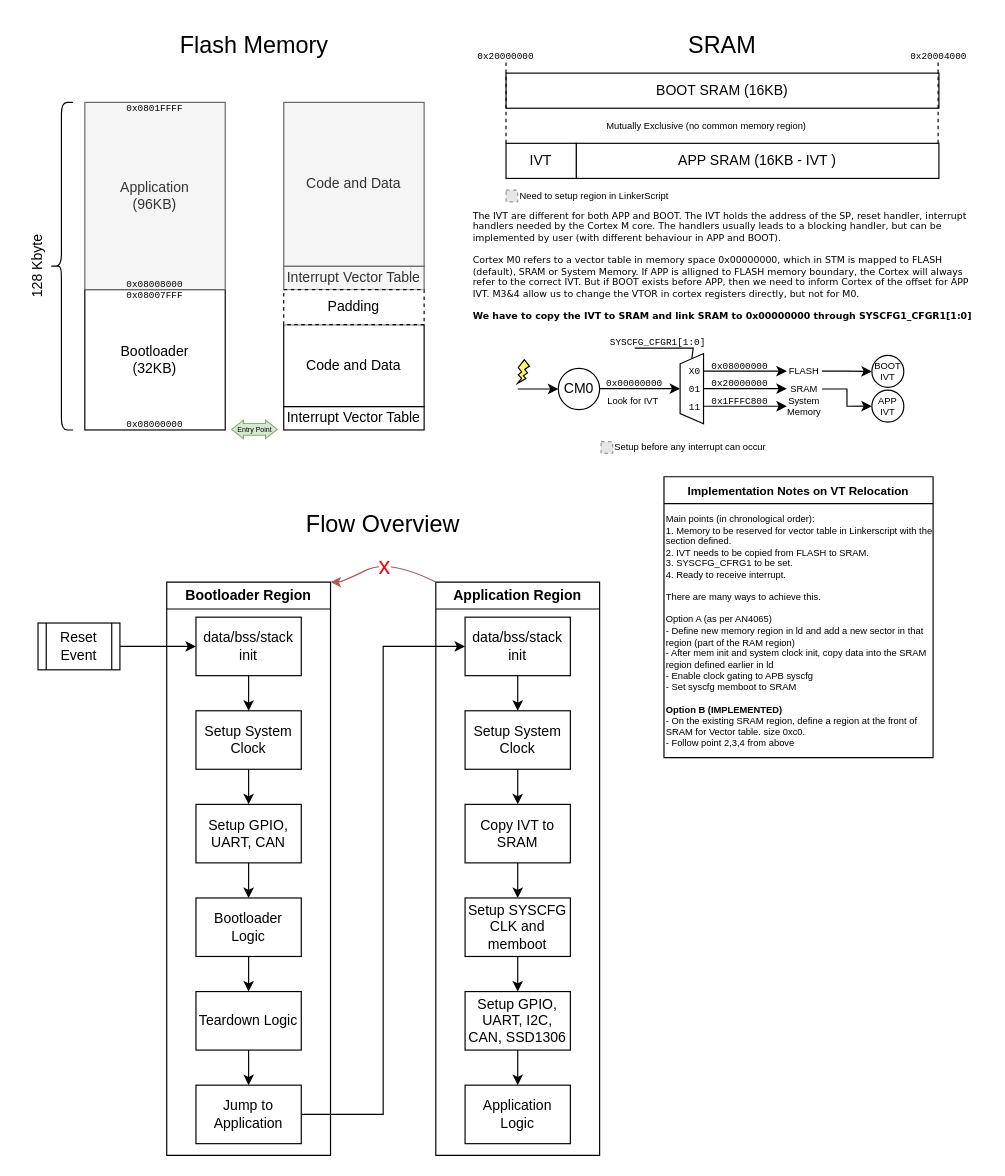
The draw.io diagram bootloader/bootloader mechanics.drawio in pipipipi2002/pmb_stm32, before the edit. Source tidied: cells renumbered, new cells numbered last; positions are measured from the earlier drawing's top-left corner, leaving out a move shared by most shapes. Both pictures are drawn from the tidied source at 117%, with x=0, y=0 at pixel (2, 20). Pictures stored in the file or linked from it are replaced by grey dashed boxes.
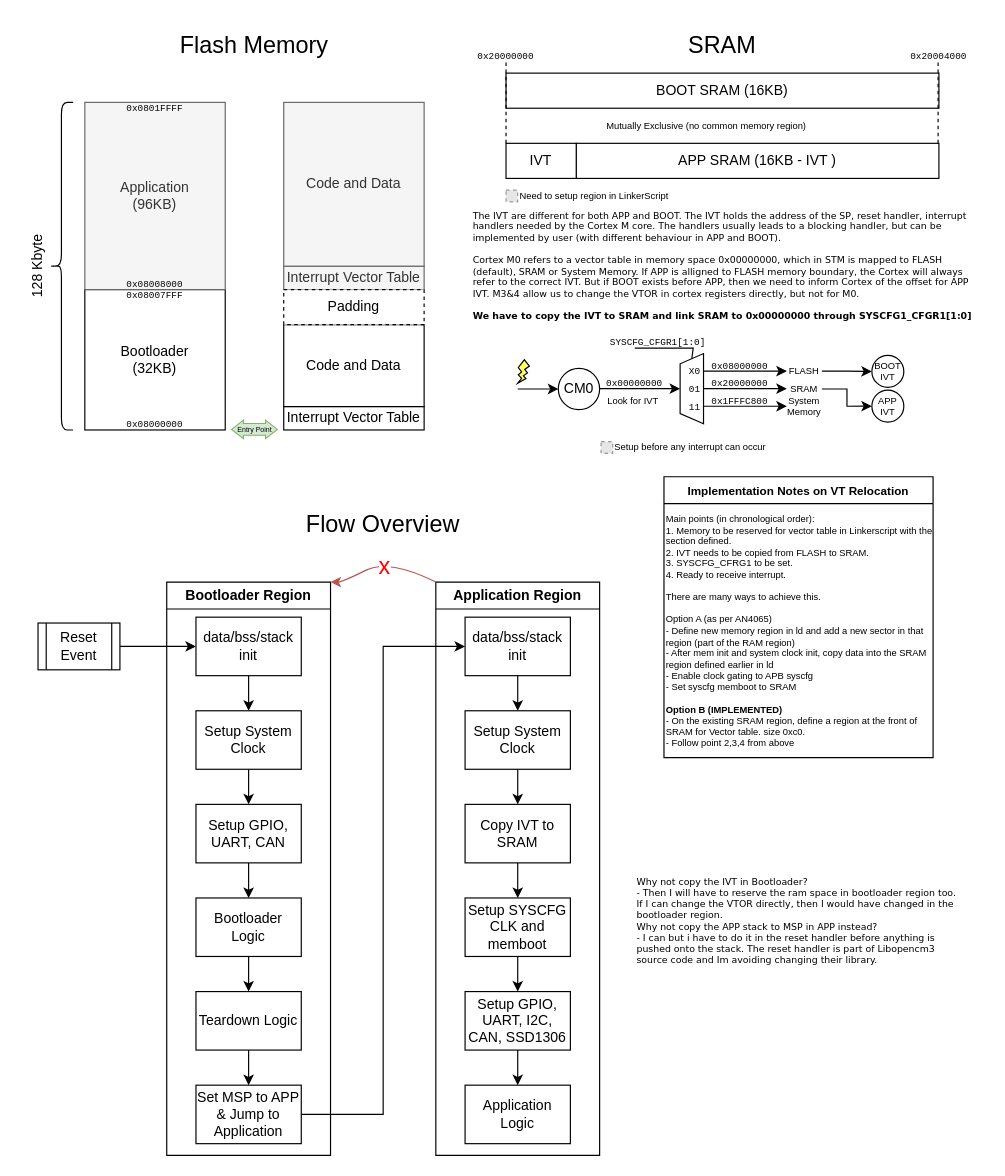
The same diagram, later.

The change refers to these unchanged cells:
```xml
<mxCell id="60" value="Bootloader Region" style="swimlane;whiteSpace=wrap;html=1;" parent="1" vertex="1">
  <mxGeometry x="140" y="480" width="140" height="490" as="geometry" />
</mxCell>
```

Change to the diagram source:
```diff
@@
-    <mxCell id="69" value="Jump to Application" style="rounded=0;whiteSpace=wrap;html=1;" parent="60" vertex="1">
+    <mxCell id="69" value="Set MSP to APP &amp;amp; Jump to Application" style="rounded=0;whiteSpace=wrap;html=1;" parent="60" vertex="1">
       <mxGeometry x="25" y="430" width="90" height="50" as="geometry" />
     </mxCell>
@@
+    <mxCell id="89" value="Why not copy the IVT in Bootloader?&lt;br&gt;- Then I will have to reserve the ram space in bootloader region too. If I can change the VTOR directly, then I would have changed in the bootloader region.&amp;nbsp;&lt;br&gt;Why not copy the APP stack to MSP in APP instead?&lt;br&gt;- I can but i have to do it in the reset handler before anything is pushed onto the stack. The reset handler is part of Libopencm3 source code and Im avoiding changing their library." style="text;html=1;strokeColor=none;fillColor=none;align=left;verticalAlign=middle;whiteSpace=wrap;rounded=0;fontFamily=Verdana;fontSize=8;" parent="1" vertex="1">
+      <mxGeometry x="540" y="710" width="275" height="120" as="geometry" />
+    </mxCell>
```
